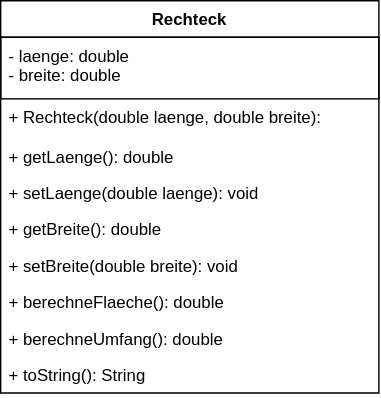
Above: Klassen_Diagramme/Rechteck.drawio.svg in HaselmutGames/Schule-SUD (draw.io), before the change. Source tidied: cells renumbered, new cells last; positions are measured from the earlier drawing's top-left corner, leaving out a move shared by most shapes. Source of this version:
```xml
<mxGraphModel>
  <root>
    <mxCell id="0" />
    <mxCell id="1" parent="0" />
    <mxCell id="2" value="Rechteck" style="swimlane;fontStyle=1;align=center;verticalAlign=top;horizontal=1;startSize=26;whiteSpace=wrap;html=1;" parent="1" vertex="1">
      <mxGeometry width="270" height="280" as="geometry" />
    </mxCell>
    <mxCell id="3" value="- laenge: double&lt;br&gt;- breite: double" style="text;strokeColor=default;fillColor=none;align=left;verticalAlign=top;spacingLeft=4;spacingRight=4;overflow=hidden;whiteSpace=wrap;html=1;" parent="2" vertex="1">
      <mxGeometry y="26" width="270" height="44" as="geometry" />
    </mxCell>
    <mxCell id="4" value="+ Rechteck(double laenge, double breite): " style="text;strokeColor=none;fillColor=none;align=left;verticalAlign=top;spacingLeft=4;spacingRight=4;overflow=hidden;whiteSpace=wrap;html=1;" parent="2" vertex="1">
      <mxGeometry y="70" width="270" height="28" as="geometry" />
    </mxCell>
    <mxCell id="5" value="+ getLaenge(): double" style="text;strokeColor=none;fillColor=none;align=left;verticalAlign=top;spacingLeft=4;spacingRight=4;overflow=hidden;whiteSpace=wrap;html=1;" parent="2" vertex="1">
      <mxGeometry y="98" width="270" height="26" as="geometry" />
    </mxCell>
    <mxCell id="6" value="+ setLaenge(double laenge): void" style="text;strokeColor=none;fillColor=none;align=left;verticalAlign=top;spacingLeft=4;spacingRight=4;overflow=hidden;whiteSpace=wrap;html=1;" parent="2" vertex="1">
      <mxGeometry y="124" width="270" height="26" as="geometry" />
    </mxCell>
    <mxCell id="7" value="+ getBreite(): double" style="text;strokeColor=none;fillColor=none;align=left;verticalAlign=top;spacingLeft=4;spacingRight=4;overflow=hidden;whiteSpace=wrap;html=1;" parent="2" vertex="1">
      <mxGeometry y="150" width="270" height="26" as="geometry" />
    </mxCell>
    <mxCell id="8" value="+ setBreite(double breite): void" style="text;strokeColor=none;fillColor=none;align=left;verticalAlign=top;spacingLeft=4;spacingRight=4;overflow=hidden;whiteSpace=wrap;html=1;" parent="2" vertex="1">
      <mxGeometry y="176" width="270" height="26" as="geometry" />
    </mxCell>
    <mxCell id="9" value="+ berechneFlaeche(): double" style="text;strokeColor=none;fillColor=none;align=left;verticalAlign=top;spacingLeft=4;spacingRight=4;overflow=hidden;whiteSpace=wrap;html=1;" parent="2" vertex="1">
      <mxGeometry y="202" width="270" height="26" as="geometry" />
    </mxCell>
    <mxCell id="10" value="+ berechneUmfang(): double" style="text;strokeColor=none;fillColor=none;align=left;verticalAlign=top;spacingLeft=4;spacingRight=4;overflow=hidden;whiteSpace=wrap;html=1;" parent="2" vertex="1">
      <mxGeometry y="228" width="270" height="26" as="geometry" />
    </mxCell>
    <mxCell id="11" value="+ toString(): String" style="text;strokeColor=none;fillColor=none;align=left;verticalAlign=top;spacingLeft=4;spacingRight=4;overflow=hidden;whiteSpace=wrap;html=1;" parent="2" vertex="1">
      <mxGeometry y="254" width="270" height="26" as="geometry" />
    </mxCell>
  </root>
</mxGraphModel>
```
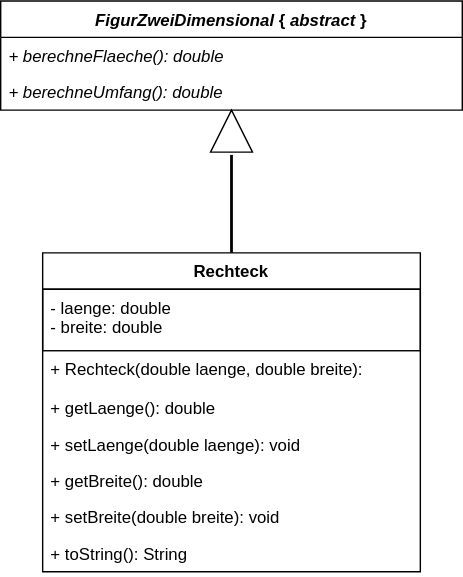
After the change.

The edit, as a diff of the source:
```diff
@@ -3,7 +3,7 @@
     <mxCell id="0" />
     <mxCell id="1" parent="0" />
     <mxCell id="2" value="Rechteck" style="swimlane;fontStyle=1;align=center;verticalAlign=top;horizontal=1;startSize=26;whiteSpace=wrap;html=1;" parent="1" vertex="1">
-      <mxGeometry width="270" height="280" as="geometry" />
+      <mxGeometry width="270" height="228" as="geometry" />
     </mxCell>
     <mxCell id="3" value="- laenge: double&lt;br&gt;- breite: double" style="text;strokeColor=default;fillColor=none;align=left;verticalAlign=top;spacingLeft=4;spacingRight=4;overflow=hidden;whiteSpace=wrap;html=1;" parent="2" vertex="1">
       <mxGeometry y="26" width="270" height="44" as="geometry" />
@@ -23,14 +23,23 @@
     <mxCell id="8" value="+ setBreite(double breite): void" style="text;strokeColor=none;fillColor=none;align=left;verticalAlign=top;spacingLeft=4;spacingRight=4;overflow=hidden;whiteSpace=wrap;html=1;" parent="2" vertex="1">
       <mxGeometry y="176" width="270" height="26" as="geometry" />
     </mxCell>
+    <mxCell id="11" value="+ toString(): String" style="text;strokeColor=none;fillColor=none;align=left;verticalAlign=top;spacingLeft=4;spacingRight=4;overflow=hidden;whiteSpace=wrap;html=1;" parent="2" vertex="1">
+      <mxGeometry y="202" width="270" height="26" as="geometry" />
+    </mxCell>
+    <mxCell id="12" value="&lt;i&gt;FigurZweiDimensional&lt;/i&gt; {&lt;i&gt;abstract&lt;/i&gt;}" style="swimlane;fontStyle=1;align=center;verticalAlign=top;horizontal=1;startSize=26;whiteSpace=wrap;html=1;" parent="1" vertex="1">
+      <mxGeometry x="-30" y="-180" width="330" height="78" as="geometry" />
+    </mxCell>
-    <mxCell id="9" value="+ berechneFlaeche(): double" style="text;strokeColor=none;fillColor=none;align=left;verticalAlign=top;spacingLeft=4;spacingRight=4;overflow=hidden;whiteSpace=wrap;html=1;" parent="2" vertex="1">
-      <mxGeometry y="202" width="270" height="26" as="geometry" />
+    <mxCell id="9" value="&lt;i&gt;+ berechneFlaeche(): double&lt;/i&gt;" style="text;strokeColor=none;fillColor=none;align=left;verticalAlign=top;spacingLeft=4;spacingRight=4;overflow=hidden;whiteSpace=wrap;html=1;" parent="12" vertex="1">
+      <mxGeometry y="26" width="330" height="26" as="geometry" />
     </mxCell>
-    <mxCell id="10" value="+ berechneUmfang(): double" style="text;strokeColor=none;fillColor=none;align=left;verticalAlign=top;spacingLeft=4;spacingRight=4;overflow=hidden;whiteSpace=wrap;html=1;" parent="2" vertex="1">
-      <mxGeometry y="228" width="270" height="26" as="geometry" />
+    <mxCell id="10" value="&lt;i&gt;+ berechneUmfang(): double&lt;/i&gt;" style="text;strokeColor=none;fillColor=none;align=left;verticalAlign=top;spacingLeft=4;spacingRight=4;overflow=hidden;whiteSpace=wrap;html=1;" parent="12" vertex="1">
+      <mxGeometry y="52" width="330" height="26" as="geometry" />
     </mxCell>
-    <mxCell id="11" value="+ toString(): String" style="text;strokeColor=none;fillColor=none;align=left;verticalAlign=top;spacingLeft=4;spacingRight=4;overflow=hidden;whiteSpace=wrap;html=1;" parent="2" vertex="1">
-      <mxGeometry y="254" width="270" height="26" as="geometry" />
-    </mxCell>
+    <mxCell id="13" style="line;strokeWidth=2;direction=south;html=1;" parent="1" vertex="1">
+      <mxGeometry x="130" y="-70" width="10" height="70" as="geometry" />
+    </mxCell>
+    <mxCell id="14" style="triangle;whiteSpace=wrap;html=1;rotation=-90;" parent="1" vertex="1">
+      <mxGeometry x="120" y="-102" width="30" height="30" as="geometry" />
+    </mxCell>
   </root>
 </mxGraphModel>
```
